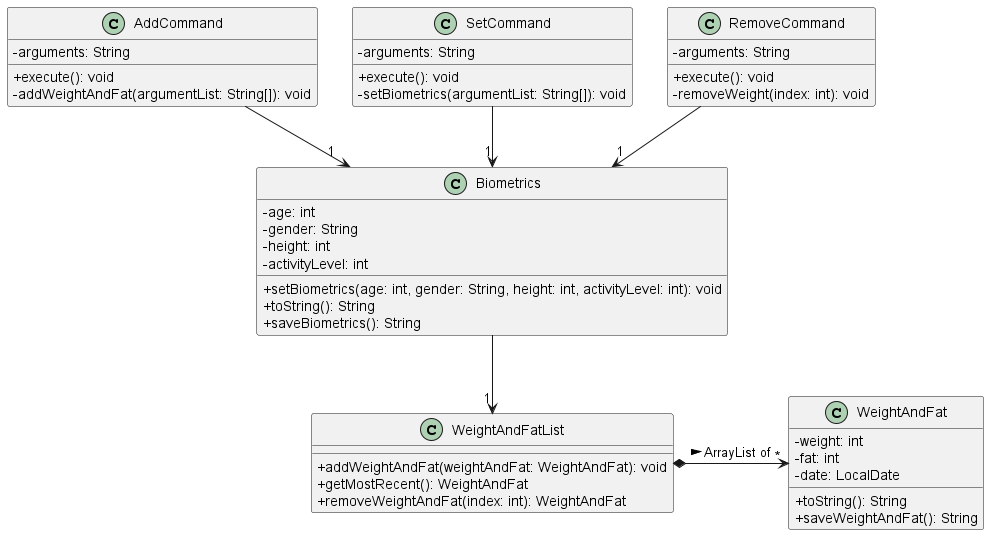
The PlantUML diagram docs/UmlDiagrams/Biometrics.png in nus-cs2113-AY2223S1/tp, before a commit.
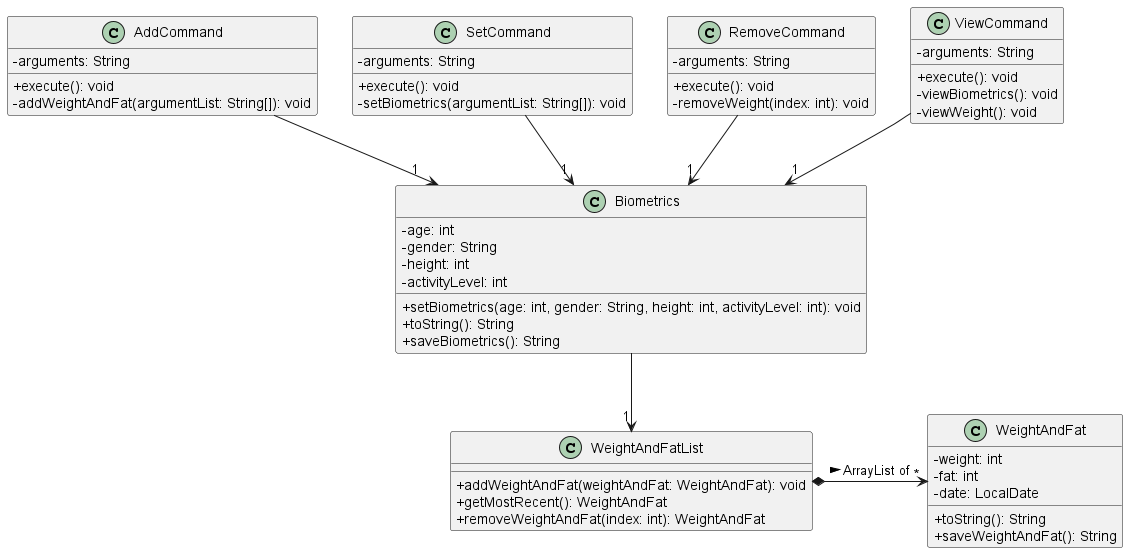
After the commit.

The edit, as a diff of the source:
```diff
@@ -16,6 +16,12 @@
 -arguments: String
 +execute(): void
 -removeWeight(index: int): void
+}
+class ViewCommand {
+-arguments: String
++execute(): void
+-viewBiometrics(): void
+-viewWeight(): void
 }
 class Biometrics {
 -age: int
@@ -43,6 +49,7 @@
 AddCommand --> "1"Biometrics
 SetCommand --> "1"Biometrics
 RemoveCommand --> "1"Biometrics
+ViewCommand --> "1"Biometrics
 Biometrics --> "1"WeightAndFatList
 WeightAndFatList *-> "*"WeightAndFat : ArrayList of >
 
```
